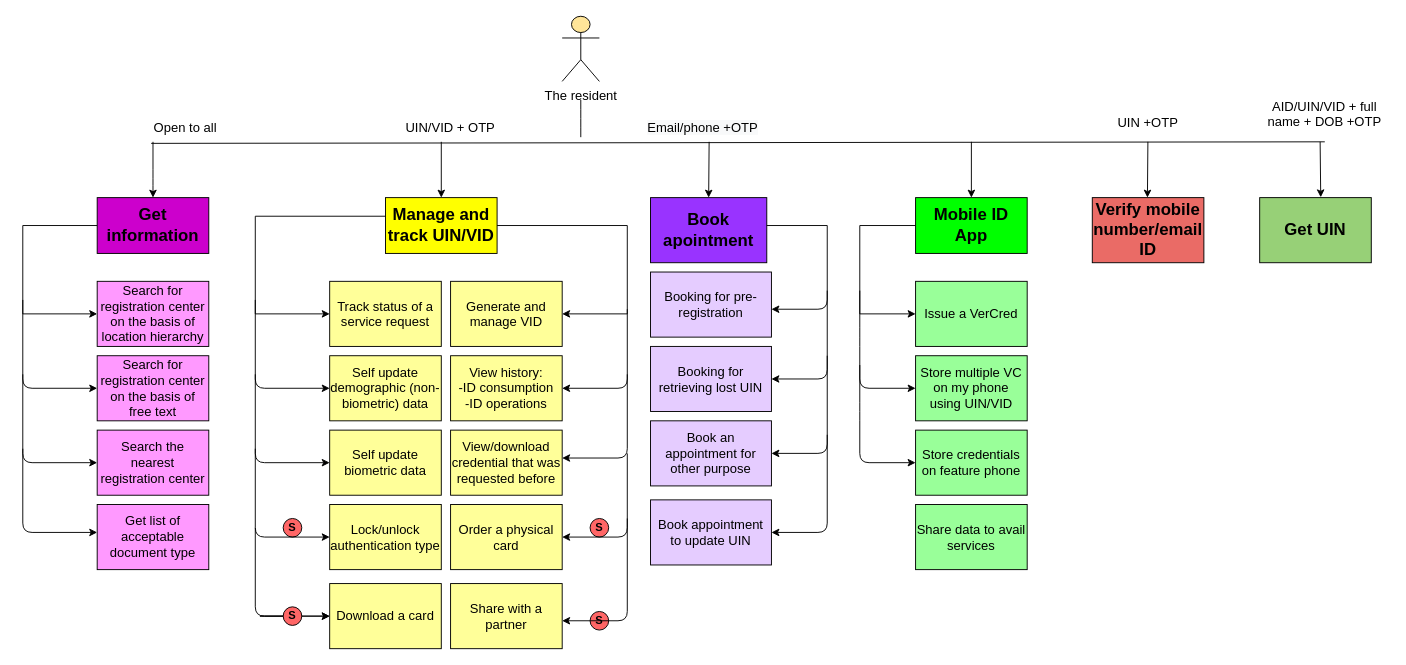
Earlier version of the draw.io diagram resident-services-flow-chart/entire-feature-list.drawio (singhpragya279/Resident_services). Source tidied: cells renumbered, new cells numbered last; positions are measured from the earlier drawing's top-left corner, leaving out a move shared by most shapes. Both pictures are drawn from the tidied source at 93%, with x=0, y=0 at pixel (22, 16).
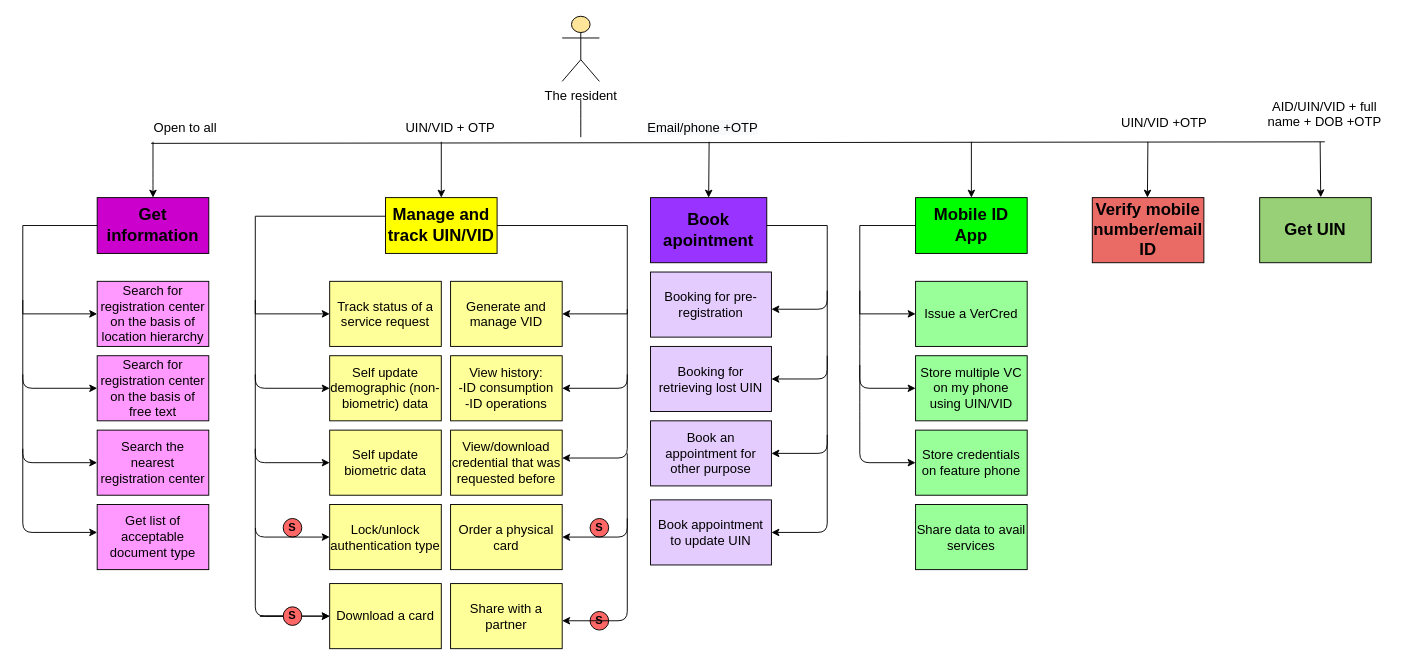
After the change.

What changed in the source:
```diff
@@
-    <mxCell id="53" value="&lt;font style=&quot;font-size: 14px&quot;&gt;UIN +OTP&lt;/font&gt;" style="text;html=1;strokeColor=none;fillColor=none;align=center;verticalAlign=middle;whiteSpace=wrap;rounded=0;" parent="1" vertex="1">
-      <mxGeometry x="1165" y="105" width="90" height="20" as="geometry" />
+    <mxCell id="53" value="&lt;font style=&quot;font-size: 14px&quot;&gt;UIN/VID +OTP&lt;/font&gt;" style="text;html=1;strokeColor=none;fillColor=none;align=center;verticalAlign=middle;whiteSpace=wrap;rounded=0;" parent="1" vertex="1">
+      <mxGeometry x="1165" y="105" width="125" height="20" as="geometry" />
     </mxCell>
```
